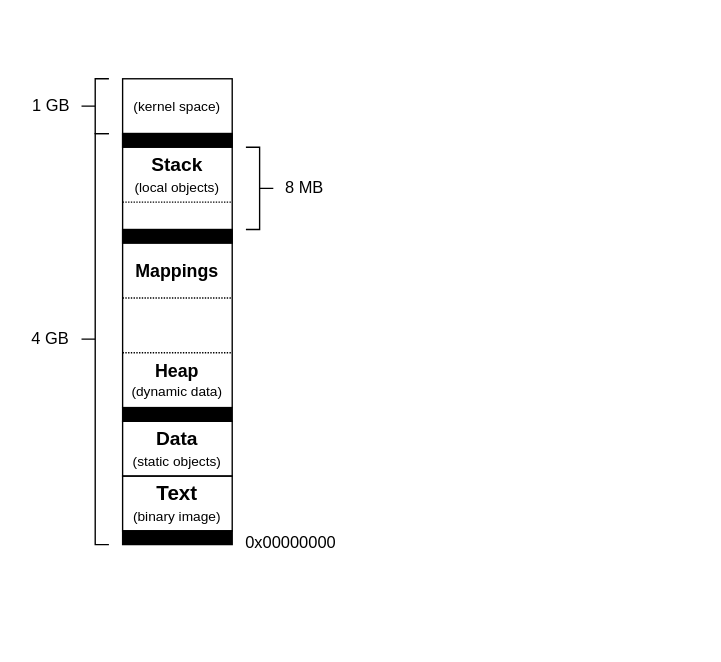
i-s-m-mipt/Education keeps this draw.io diagram as projects/examples/source/09.17.drawio. Above is the earlier version. Source tidied: cells renumbered, new cells numbered last; positions are measured from the earlier drawing's top-left corner, leaving out a move shared by most shapes. Both pictures are drawn from the tidied source at 137%, with x=0, y=0 at pixel (23, 78).
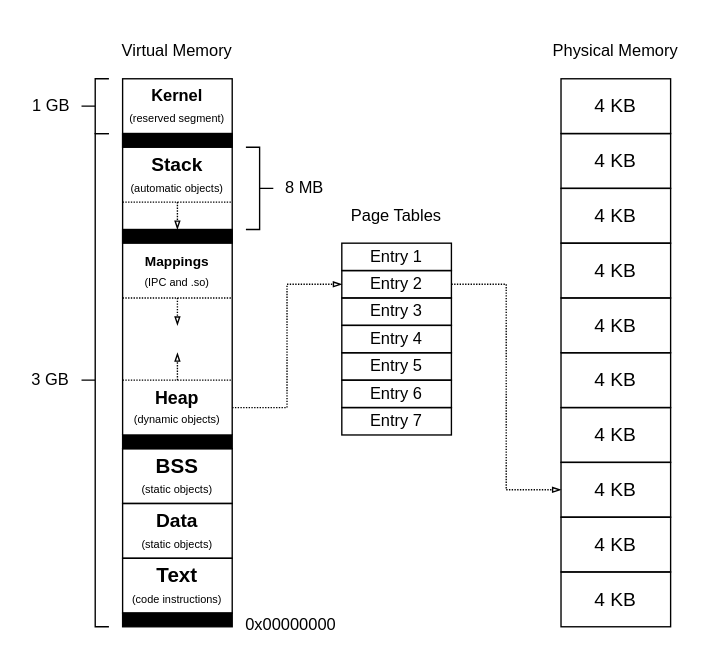
The same page after the edit.

Commit message (it also covers changes not shown here):
Доработан пример 09.17.

Diff of the diagram source:
```diff
@@
-    <mxCell id="2" value="&lt;b style=&quot;&quot;&gt;&lt;font style=&quot;font-size: 13px;&quot;&gt;Heap&lt;/font&gt;&lt;/b&gt;&lt;div&gt;&lt;font style=&quot;font-size: 10px;&quot;&gt;(dynamic data)&lt;/font&gt;&lt;/div&gt;" style="rounded=0;whiteSpace=wrap;html=1;strokeColor=none;fillColor=none;fontFamily=Helvetica;" parent="1" vertex="1">
-      <mxGeometry x="72" y="200" width="80" height="40" as="geometry" />
+    <mxCell id="2" value="&lt;b style=&quot;&quot;&gt;&lt;font style=&quot;font-size: 13px;&quot;&gt;Heap&lt;/font&gt;&lt;/b&gt;&lt;div&gt;&lt;font style=&quot;font-size: 8px;&quot;&gt;(dynamic objects)&lt;/font&gt;&lt;/div&gt;" style="rounded=0;whiteSpace=wrap;html=1;strokeColor=none;fillColor=none;fontFamily=Helvetica;" parent="1" vertex="1">
+      <mxGeometry x="72" y="220" width="80" height="40" as="geometry" />
     </mxCell>
-    <mxCell id="3" value="&lt;div&gt;&lt;font style=&quot;font-size: 10px;&quot;&gt;(kernel space&lt;/font&gt;&lt;font style=&quot;font-size: 10px;&quot;&gt;)&lt;/font&gt;&lt;/div&gt;" style="rounded=0;whiteSpace=wrap;html=1;fillColor=none;fontFamily=Helvetica;" parent="1" vertex="1">
+    <mxCell id="3" value="&lt;font style=&quot;&quot;&gt;&lt;b style=&quot;&quot;&gt;&lt;font&gt;Kernel&lt;/font&gt;&lt;/b&gt;&lt;br&gt;&lt;font style=&quot;font-size: 8px;&quot;&gt;(reserved segment)&lt;/font&gt;&lt;/font&gt;" style="rounded=0;whiteSpace=wrap;html=1;fillColor=none;fontFamily=Helvetica;" parent="1" vertex="1">
       <mxGeometry x="72" width="80" height="40" as="geometry" />
     </mxCell>
-    <mxCell id="4" value="&lt;b style=&quot;&quot;&gt;&lt;font style=&quot;font-size: 14px;&quot;&gt;Stack&lt;/font&gt;&lt;/b&gt;&lt;div&gt;&lt;font style=&quot;font-size: 10px;&quot;&gt;(local objects)&lt;/font&gt;&lt;/div&gt;" style="rounded=0;whiteSpace=wrap;html=1;strokeColor=none;fillColor=none;fontFamily=Helvetica;" parent="1" vertex="1">
+    <mxCell id="4" value="&lt;b style=&quot;&quot;&gt;&lt;font style=&quot;font-size: 14px;&quot;&gt;Stack&lt;/font&gt;&lt;/b&gt;&lt;div&gt;&lt;font style=&quot;font-size: 8px;&quot;&gt;(automatic objects)&lt;/font&gt;&lt;/div&gt;" style="rounded=0;whiteSpace=wrap;html=1;strokeColor=none;fillColor=none;fontFamily=Helvetica;" parent="1" vertex="1">
       <mxGeometry x="72" y="50" width="80" height="40" as="geometry" />
     </mxCell>
     <mxCell id="5" style="endArrow=none;dashed=1;html=1;dashPattern=1 1;strokeWidth=1;rounded=0;exitX=0;exitY=1;exitDx=0;exitDy=0;fontFamily=Helvetica;" parent="1" edge="1">
       <mxGeometry relative="1" as="geometry">
-        <mxPoint x="72" y="200" as="sourcePoint" />
-        <mxPoint x="152" y="200" as="targetPoint" />
+        <mxPoint x="72" y="220" as="sourcePoint" />
+        <mxPoint x="152" y="220" as="targetPoint" />
       </mxGeometry>
     </mxCell>
-    <mxCell id="6" value="&lt;b style=&quot;&quot;&gt;&lt;font style=&quot;font-size: 14px;&quot;&gt;Data&lt;/font&gt;&lt;/b&gt;&lt;div&gt;&lt;font style=&quot;font-size: 10px;&quot;&gt;(static objects)&lt;/font&gt;&lt;/div&gt;" style="rounded=0;whiteSpace=wrap;html=1;strokeColor=default;fillColor=none;fontFamily=Helvetica;" parent="1" vertex="1">
-      <mxGeometry x="72" y="250" width="80" height="40" as="geometry" />
+    <mxCell id="6" value="&lt;b style=&quot;&quot;&gt;&lt;font style=&quot;font-size: 14px;&quot;&gt;Data&lt;/font&gt;&lt;/b&gt;&lt;div&gt;&lt;font style=&quot;font-size: 8px;&quot;&gt;(static objects)&lt;/font&gt;&lt;/div&gt;" style="rounded=0;whiteSpace=wrap;html=1;strokeColor=default;fillColor=none;fontFamily=Helvetica;" parent="1" vertex="1">
+      <mxGeometry x="72" y="310" width="80" height="40" as="geometry" />
     </mxCell>
-    <mxCell id="7" value="&lt;b style=&quot;&quot;&gt;&lt;font style=&quot;font-size: 15px;&quot;&gt;Text&lt;/font&gt;&lt;/b&gt;&lt;div&gt;&lt;font style=&quot;font-size: 10px;&quot;&gt;(binary image)&lt;/font&gt;&lt;/div&gt;" style="rounded=0;whiteSpace=wrap;html=1;strokeColor=default;fillColor=none;fontFamily=Helvetica;" parent="1" vertex="1">
-      <mxGeometry x="72" y="290" width="80" height="40" as="geometry" />
+    <mxCell id="7" value="&lt;b style=&quot;&quot;&gt;&lt;font style=&quot;font-size: 15px;&quot;&gt;Text&lt;/font&gt;&lt;/b&gt;&lt;div&gt;&lt;font style=&quot;font-size: 8px;&quot;&gt;(code instructions)&lt;/font&gt;&lt;/div&gt;" style="rounded=0;whiteSpace=wrap;html=1;strokeColor=default;fillColor=none;fontFamily=Helvetica;" parent="1" vertex="1">
+      <mxGeometry x="72" y="350" width="80" height="40" as="geometry" />
     </mxCell>
     <mxCell id="8" value="0x00000000" style="text;html=1;strokeColor=none;fillColor=none;align=center;verticalAlign=middle;whiteSpace=wrap;rounded=0;fontFamily=Helvetica;" parent="1" vertex="1">
-      <mxGeometry x="150" y="329" width="90" height="20" as="geometry" />
+      <mxGeometry x="150" y="389" width="90" height="20" as="geometry" />
     </mxCell>
-    <mxCell id="9" value="4 GB" style="text;html=1;strokeColor=none;fillColor=none;align=center;verticalAlign=middle;whiteSpace=wrap;rounded=0;fontFamily=Helvetica;" parent="1" vertex="1">
-      <mxGeometry y="170" width="39" height="40" as="geometry" />
+    <mxCell id="9" value="3 GB" style="text;html=1;strokeColor=none;fillColor=none;align=center;verticalAlign=middle;whiteSpace=wrap;rounded=0;fontFamily=Helvetica;" parent="1" vertex="1">
+      <mxGeometry y="200" width="39" height="40" as="geometry" />
     </mxCell>
@@
-    <mxCell id="11" style="endArrow=none;html=1;rounded=0;entryX=1;entryY=1;entryDx=0;entryDy=0;exitX=1;exitY=0;exitDx=0;exitDy=0;fontFamily=Helvetica;" parent="1" edge="1" target="3">
-      <mxGeometry relative="1" as="geometry">
-        <mxPoint x="152" y="240" as="sourcePoint" />
-      </mxGeometry>
+    <mxCell id="11" style="endArrow=none;html=1;rounded=0;entryX=1;entryY=1;entryDx=0;entryDy=0;exitX=1;exitY=1;exitDx=0;exitDy=0;fontFamily=Helvetica;" parent="1" edge="1" source="2" target="3">
+      <mxGeometry relative="1" as="geometry" />
     </mxCell>
@@
-    <mxCell id="13" style="endArrow=none;html=1;rounded=0;exitX=0;exitY=0;exitDx=0;exitDy=0;fontFamily=Helvetica;" parent="1" edge="1">
+    <mxCell id="13" style="endArrow=none;html=1;rounded=0;exitX=0;exitY=1;exitDx=0;exitDy=0;fontFamily=Helvetica;" parent="1" edge="1" source="2">
       <mxGeometry relative="1" as="geometry">
-        <mxPoint x="72" y="240" as="sourcePoint" />
         <mxPoint x="72" y="160" as="targetPoint" />
       </mxGeometry>
     </mxCell>
     <mxCell id="14" style="shape=curlyBracket;whiteSpace=wrap;html=1;rounded=0;flipH=1;labelPosition=right;verticalLabelPosition=middle;align=left;verticalAlign=middle;direction=west;fontFamily=Helvetica;" parent="1" vertex="1">
-      <mxGeometry x="42" y="40" width="20" height="300" as="geometry" />
+      <mxGeometry x="42" y="40" width="20" height="360" as="geometry" />
     </mxCell>
     <mxCell id="15" style="rounded=0;whiteSpace=wrap;html=1;strokeColor=default;fillColor=#000000;fontFamily=Helvetica;" parent="1" vertex="1">
-      <mxGeometry x="72" y="330" width="80" height="10" as="geometry" />
+      <mxGeometry x="72" y="390" width="80" height="10" as="geometry" />
     </mxCell>
@@
     <mxCell id="17" style="rounded=0;whiteSpace=wrap;html=1;strokeColor=default;fillColor=#000000;fontFamily=Helvetica;" parent="1" vertex="1">
-      <mxGeometry x="72" y="240" width="80" height="10" as="geometry" />
+      <mxGeometry x="72" y="260" width="80" height="10" as="geometry" />
     </mxCell>
-    <mxCell id="18" value="&lt;div&gt;&lt;font style=&quot;font-size: 13px;&quot;&gt;&lt;b style=&quot;&quot;&gt;Mappings&lt;/b&gt;&lt;/font&gt;&lt;/div&gt;" style="rounded=0;whiteSpace=wrap;html=1;strokeColor=none;fillColor=none;fontFamily=Helvetica;" parent="1" vertex="1">
+    <mxCell id="18" value="&lt;div&gt;&lt;b style=&quot;background-color: transparent; color: light-dark(rgb(0, 0, 0), rgb(255, 255, 255));&quot;&gt;&lt;font style=&quot;font-size: 10px;&quot;&gt;Mappings&lt;/font&gt;&lt;/b&gt;&lt;/div&gt;&lt;div&gt;&lt;span style=&quot;background-color: transparent; color: light-dark(rgb(0, 0, 0), rgb(255, 255, 255));&quot;&gt;&lt;font style=&quot;font-size: 8px;&quot;&gt;(IPC and .so)&lt;/font&gt;&lt;/span&gt;&lt;/div&gt;" style="rounded=0;whiteSpace=wrap;html=1;strokeColor=none;fillColor=none;fontFamily=Helvetica;" parent="1" vertex="1">
       <mxGeometry x="72" y="120" width="80" height="40" as="geometry" />
     </mxCell>
@@
+    <mxCell id="25" style="endArrow=blockThin;html=1;rounded=0;endFill=0;endSize=4;dashed=1;dashPattern=1 1;" parent="1" edge="1">
+      <mxGeometry relative="1" as="geometry">
+        <mxPoint x="112" y="90" as="sourcePoint" />
+        <mxPoint x="112" y="110" as="targetPoint" />
+      </mxGeometry>
+    </mxCell>
+    <mxCell id="26" style="endArrow=blockThin;html=1;rounded=0;endFill=0;endSize=4;dashed=1;dashPattern=1 1;" parent="1" edge="1">
+      <mxGeometry relative="1" as="geometry">
+        <mxPoint x="112" y="220" as="sourcePoint" />
+        <mxPoint x="112" y="200" as="targetPoint" />
+      </mxGeometry>
+    </mxCell>
+    <mxCell id="27" value="&lt;b style=&quot;&quot;&gt;&lt;font style=&quot;font-size: 15px;&quot;&gt;BSS&lt;/font&gt;&lt;/b&gt;&lt;div&gt;&lt;font style=&quot;font-size: 8px;&quot;&gt;(static objects)&lt;/font&gt;&lt;/div&gt;" style="rounded=0;whiteSpace=wrap;html=1;strokeColor=default;fillColor=none;fontFamily=Helvetica;" parent="1" vertex="1">
+      <mxGeometry x="72" y="270" width="80" height="40" as="geometry" />
+    </mxCell>
+    <mxCell id="28" style="endArrow=blockThin;html=1;rounded=0;endFill=0;endSize=4;exitX=0.5;exitY=1;exitDx=0;exitDy=0;dashed=1;dashPattern=1 1;" parent="1" edge="1" source="18">
+      <mxGeometry relative="1" as="geometry">
+        <mxPoint x="112" y="180" as="targetPoint" />
+      </mxGeometry>
+    </mxCell>
+    <mxCell id="29" value="Entry 2" style="rounded=0;whiteSpace=wrap;html=1;fillColor=none;" parent="1" vertex="1">
+      <mxGeometry x="232" y="140" width="80" height="20" as="geometry" />
+    </mxCell>
+    <mxCell id="30" value="Entry 3" style="rounded=0;whiteSpace=wrap;html=1;fillColor=none;" parent="1" vertex="1">
+      <mxGeometry x="232" y="160" width="80" height="20" as="geometry" />
+    </mxCell>
+    <mxCell id="31" value="Entry 4" style="rounded=0;whiteSpace=wrap;html=1;fillColor=none;" parent="1" vertex="1">
+      <mxGeometry x="232" y="180" width="80" height="20" as="geometry" />
+    </mxCell>
+    <mxCell id="32" value="Entry 5" style="rounded=0;whiteSpace=wrap;html=1;fillColor=none;" parent="1" vertex="1">
+      <mxGeometry x="232" y="200" width="80" height="20" as="geometry" />
+    </mxCell>
+    <mxCell id="33" value="Entry 6" style="rounded=0;whiteSpace=wrap;html=1;fillColor=none;" parent="1" vertex="1">
+      <mxGeometry x="232" y="220" width="80" height="20" as="geometry" />
+    </mxCell>
+    <mxCell id="34" value="Entry 7" style="rounded=0;whiteSpace=wrap;html=1;fillColor=none;" parent="1" vertex="1">
+      <mxGeometry x="232" y="240" width="80" height="20" as="geometry" />
+    </mxCell>
+    <mxCell id="35" value="Entry 1" style="rounded=0;whiteSpace=wrap;html=1;fillColor=none;" parent="1" vertex="1">
+      <mxGeometry x="232" y="120" width="80" height="20" as="geometry" />
+    </mxCell>
+    <mxCell id="36" value="&lt;span&gt;&lt;font style=&quot;font-size: 14px;&quot;&gt;4 KB&lt;/font&gt;&lt;/span&gt;" style="rounded=0;whiteSpace=wrap;html=1;fillColor=none;fontStyle=0;" parent="1" vertex="1">
+      <mxGeometry x="392" y="120" width="80" height="40" as="geometry" />
+    </mxCell>
+    <mxCell id="37" value="&lt;span&gt;&lt;font style=&quot;font-size: 14px;&quot;&gt;4 KB&lt;/font&gt;&lt;/span&gt;" style="rounded=0;whiteSpace=wrap;html=1;fillColor=none;fontStyle=0;" parent="1" vertex="1">
+      <mxGeometry x="392" y="160" width="80" height="40" as="geometry" />
+    </mxCell>
+    <mxCell id="38" value="&lt;span&gt;&lt;font style=&quot;font-size: 14px;&quot;&gt;4 KB&lt;/font&gt;&lt;/span&gt;" style="rounded=0;whiteSpace=wrap;html=1;fillColor=none;fontStyle=0;" parent="1" vertex="1">
+      <mxGeometry x="392" y="200" width="80" height="40" as="geometry" />
+    </mxCell>
+    <mxCell id="39" value="&lt;span&gt;&lt;font style=&quot;font-size: 14px;&quot;&gt;4 KB&lt;/font&gt;&lt;/span&gt;" style="rounded=0;whiteSpace=wrap;html=1;fillColor=none;fontStyle=0;" parent="1" vertex="1">
+      <mxGeometry x="392" y="80" width="80" height="40" as="geometry" />
+    </mxCell>
+    <mxCell id="40" value="&lt;span&gt;&lt;font style=&quot;font-size: 14px;&quot;&gt;4 KB&lt;/font&gt;&lt;/span&gt;" style="rounded=0;whiteSpace=wrap;html=1;fillColor=none;fontStyle=0;" parent="1" vertex="1">
+      <mxGeometry x="392" width="80" height="40" as="geometry" />
+    </mxCell>
+    <mxCell id="41" value="&lt;span&gt;&lt;font style=&quot;font-size: 14px;&quot;&gt;4 KB&lt;/font&gt;&lt;/span&gt;" style="rounded=0;whiteSpace=wrap;html=1;fillColor=none;fontStyle=0;" parent="1" vertex="1">
+      <mxGeometry x="392" y="40" width="80" height="40" as="geometry" />
+    </mxCell>
+    <mxCell id="42" value="&lt;span&gt;&lt;font style=&quot;font-size: 14px;&quot;&gt;4 KB&lt;/font&gt;&lt;/span&gt;" style="rounded=0;whiteSpace=wrap;html=1;fillColor=none;fontStyle=0;" parent="1" vertex="1">
+      <mxGeometry x="392" y="240" width="80" height="40" as="geometry" />
+    </mxCell>
+    <mxCell id="43" value="&lt;span&gt;&lt;font style=&quot;font-size: 14px;&quot;&gt;4 KB&lt;/font&gt;&lt;/span&gt;" style="rounded=0;whiteSpace=wrap;html=1;fillColor=none;fontStyle=0;" parent="1" vertex="1">
+      <mxGeometry x="392" y="280" width="80" height="40" as="geometry" />
+    </mxCell>
+    <mxCell id="44" value="&lt;span&gt;&lt;font style=&quot;font-size: 14px;&quot;&gt;4 KB&lt;/font&gt;&lt;/span&gt;" style="rounded=0;whiteSpace=wrap;html=1;fillColor=none;fontStyle=0;" parent="1" vertex="1">
+      <mxGeometry x="392" y="320" width="80" height="40" as="geometry" />
+    </mxCell>
+    <mxCell id="45" value="&lt;span&gt;&lt;font style=&quot;font-size: 14px;&quot;&gt;4 KB&lt;/font&gt;&lt;/span&gt;" style="rounded=0;whiteSpace=wrap;html=1;fillColor=none;fontStyle=0;" parent="1" vertex="1">
+      <mxGeometry x="392" y="360" width="80" height="40" as="geometry" />
+    </mxCell>
+    <mxCell id="46" value="Virtual&amp;nbsp;&lt;span style=&quot;background-color: transparent; color: light-dark(rgb(0, 0, 0), rgb(255, 255, 255));&quot;&gt;Memory&lt;/span&gt;" style="text;html=1;strokeColor=none;fillColor=none;align=center;verticalAlign=middle;whiteSpace=wrap;rounded=0;fontFamily=Helvetica;" parent="1" vertex="1">
+      <mxGeometry x="52" y="-40" width="120" height="40" as="geometry" />
+    </mxCell>
+    <mxCell id="47" value="Physical Memory" style="text;html=1;strokeColor=none;fillColor=none;align=center;verticalAlign=middle;whiteSpace=wrap;rounded=0;fontFamily=Helvetica;" parent="1" vertex="1">
+      <mxGeometry x="372" y="-40" width="120" height="40" as="geometry" />
+    </mxCell>
+    <mxCell id="48" value="Page Tables" style="text;html=1;strokeColor=none;fillColor=none;align=center;verticalAlign=middle;whiteSpace=wrap;rounded=0;fontFamily=Helvetica;" parent="1" vertex="1">
+      <mxGeometry x="232" y="80" width="80" height="40" as="geometry" />
+    </mxCell>
+    <mxCell id="49" style="endArrow=blockThin;html=1;rounded=0;endSize=4;endFill=0;dashed=1;dashPattern=1 1;exitX=1;exitY=0.5;exitDx=0;exitDy=0;entryX=0;entryY=0.5;entryDx=0;entryDy=0;" parent="1" edge="1" source="2" target="29">
+      <mxGeometry relative="1" as="geometry">
+        <Array as="points">
+          <mxPoint x="192" y="240" />
+          <mxPoint x="192" y="150" />
+        </Array>
+      </mxGeometry>
+    </mxCell>
+    <mxCell id="50" style="endArrow=blockThin;html=1;rounded=0;endFill=0;endSize=4;dashed=1;dashPattern=1 1;exitX=1;exitY=0.5;exitDx=0;exitDy=0;entryX=0;entryY=0.5;entryDx=0;entryDy=0;" parent="1" edge="1" source="29" target="43">
+      <mxGeometry relative="1" as="geometry">
+        <Array as="points">
+          <mxPoint x="352" y="150" />
+          <mxPoint x="352" y="300" />
+        </Array>
+      </mxGeometry>
+    </mxCell>
```
